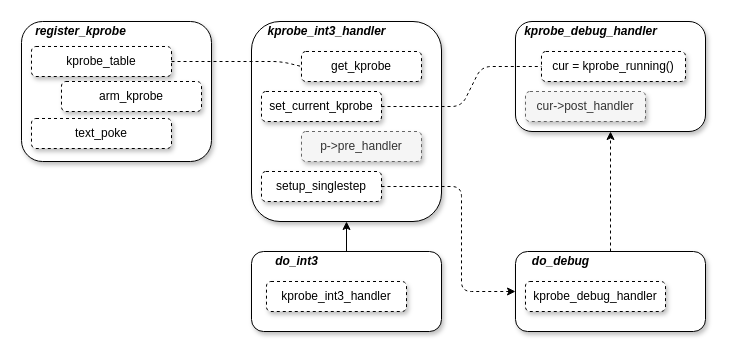
Before: kprobe.drawio in AirbornWdd/doc, a draw.io diagram. Source tidied: cells renumbered, new cells numbered last; positions are measured from the earlier drawing's top-left corner, leaving out a move shared by most shapes. Both pictures are drawn from the tidied source at 100%, with x=0, y=0 at pixel (21, 21).
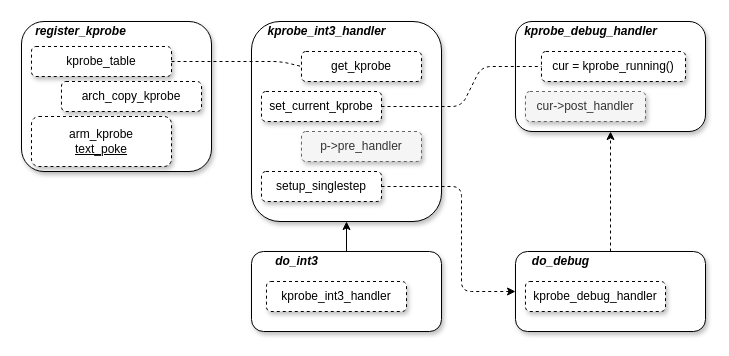
After the change.

The edit, as a diff of the source:
```diff
@@
     <mxCell id="18" style="rounded=1;whiteSpace=wrap;html=1;shadow=1;" parent="1" vertex="1">
-      <mxGeometry width="190" height="140" as="geometry" />
+      <mxGeometry width="190" height="150" as="geometry" />
     </mxCell>
@@
-    <mxCell id="21" value="arm_kprobe" style="rounded=1;whiteSpace=wrap;html=1;shadow=1;dashed=1;" parent="1" vertex="1">
+    <mxCell id="21" value="arch_copy_kprobe" style="rounded=1;whiteSpace=wrap;html=1;shadow=1;dashed=1;" parent="1" vertex="1">
       <mxGeometry x="40" y="60" width="140" height="30" as="geometry" />
     </mxCell>
-    <mxCell id="22" value="text_poke" style="rounded=1;whiteSpace=wrap;html=1;shadow=1;dashed=1;" parent="1" vertex="1">
-      <mxGeometry x="10" y="97" width="140" height="30" as="geometry" />
-    </mxCell>
@@
+    <mxCell id="28" value="arm_kprobe&lt;br&gt;&lt;u&gt;text_poke&lt;/u&gt;" style="rounded=1;whiteSpace=wrap;html=1;shadow=1;dashed=1;" parent="1" vertex="1">
+      <mxGeometry x="10" y="95" width="140" height="50" as="geometry" />
+    </mxCell>
```
